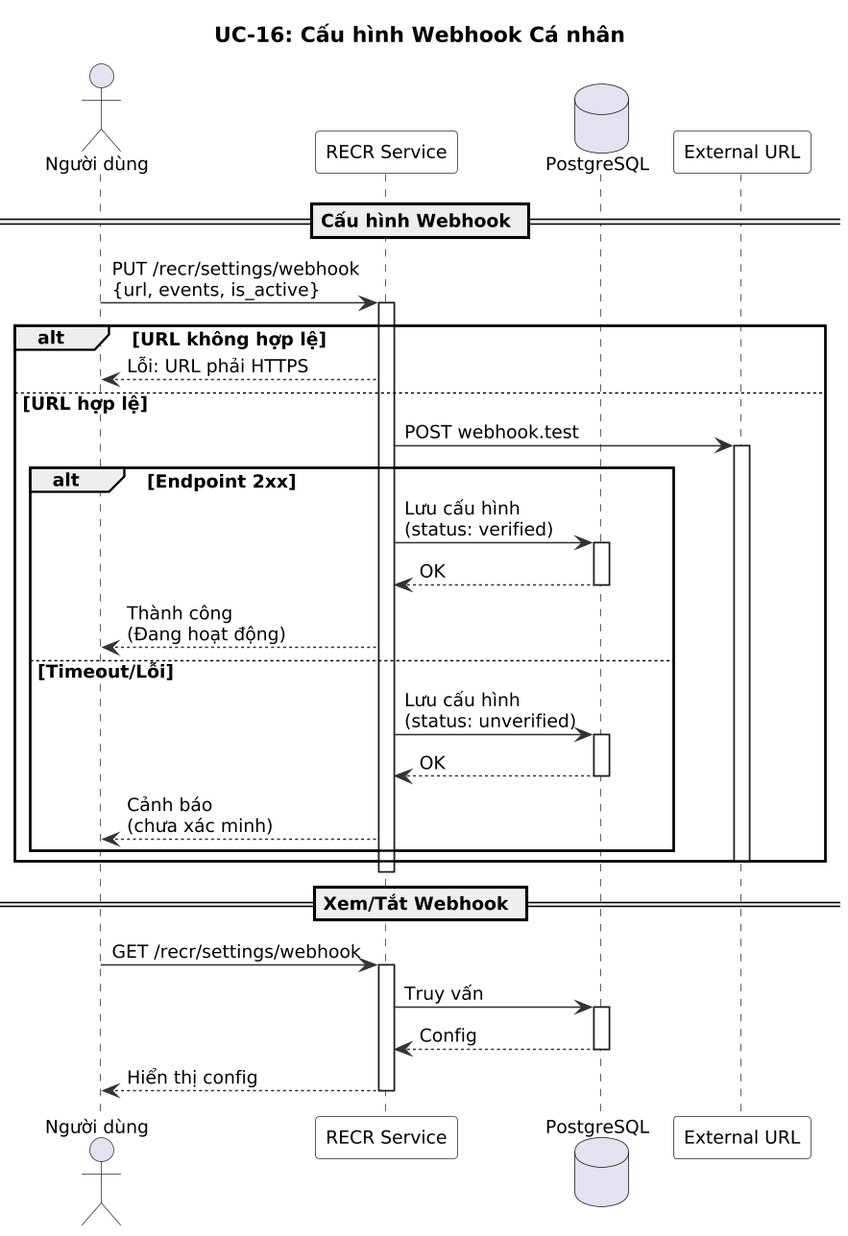
Earlier version of the PlantUML export modules/recr/images/sequence/uc16-webhook-config-sequence.png (namnh240795/document).
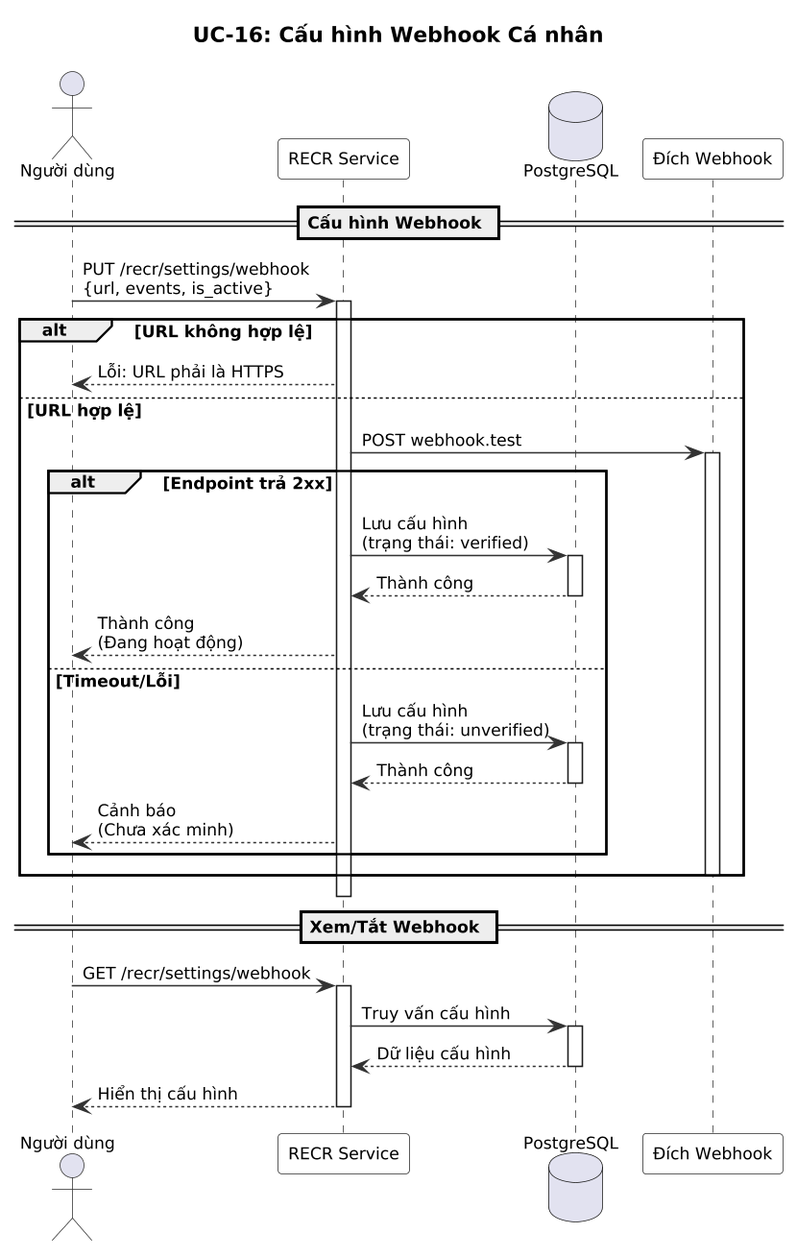
After the commit.

What changed in the source:
```diff
@@ -1,6 +1,6 @@
 @startuml
 skinparam dpi 150
-skinparam defaultFontSize 12
+skinparam defaultFontSize 11
 skinparam nodesep 15
 skinparam ranksep 15
 skinparam sequence {
@@ -16,7 +16,7 @@
 actor "Người dùng" as User
 participant "RECR Service" as R
 database "PostgreSQL" as DB
-participant "External URL" as Ext
+participant "Đích Webhook" as Ext
 
 == Cấu hình Webhook ==
 
@@ -24,22 +24,22 @@
 activate R
 
 alt URL không hợp lệ
-  R --> User : Lỗi: URL phải HTTPS
+  R --> User : Lỗi: URL phải là HTTPS
 else URL hợp lệ
   R -> Ext : POST webhook.test
   activate Ext
-  alt Endpoint 2xx
-    R -> DB : Lưu cấu hình\n(status: verified)
+  alt Endpoint trả 2xx
+    R -> DB : Lưu cấu hình\n(trạng thái: verified)
     activate DB
-    DB --> R : OK
+    DB --> R : Thành công
     deactivate DB
     R --> User : Thành công\n(Đang hoạt động)
   else Timeout/Lỗi
-    R -> DB : Lưu cấu hình\n(status: unverified)
+    R -> DB : Lưu cấu hình\n(trạng thái: unverified)
     activate DB
-    DB --> R : OK
+    DB --> R : Thành công
     deactivate DB
-    R --> User : Cảnh báo\n(chưa xác minh)
+    R --> User : Cảnh báo\n(Chưa xác minh)
   end
   deactivate Ext
 end
@@ -49,11 +49,11 @@
 
 User -> R : GET /recr/settings/webhook
 activate R
-R -> DB : Truy vấn
+R -> DB : Truy vấn cấu hình
 activate DB
-DB --> R : Config
+DB --> R : Dữ liệu cấu hình
 deactivate DB
-R --> User : Hiển thị config
+R --> User : Hiển thị cấu hình
 deactivate R
 
 @enduml
```
